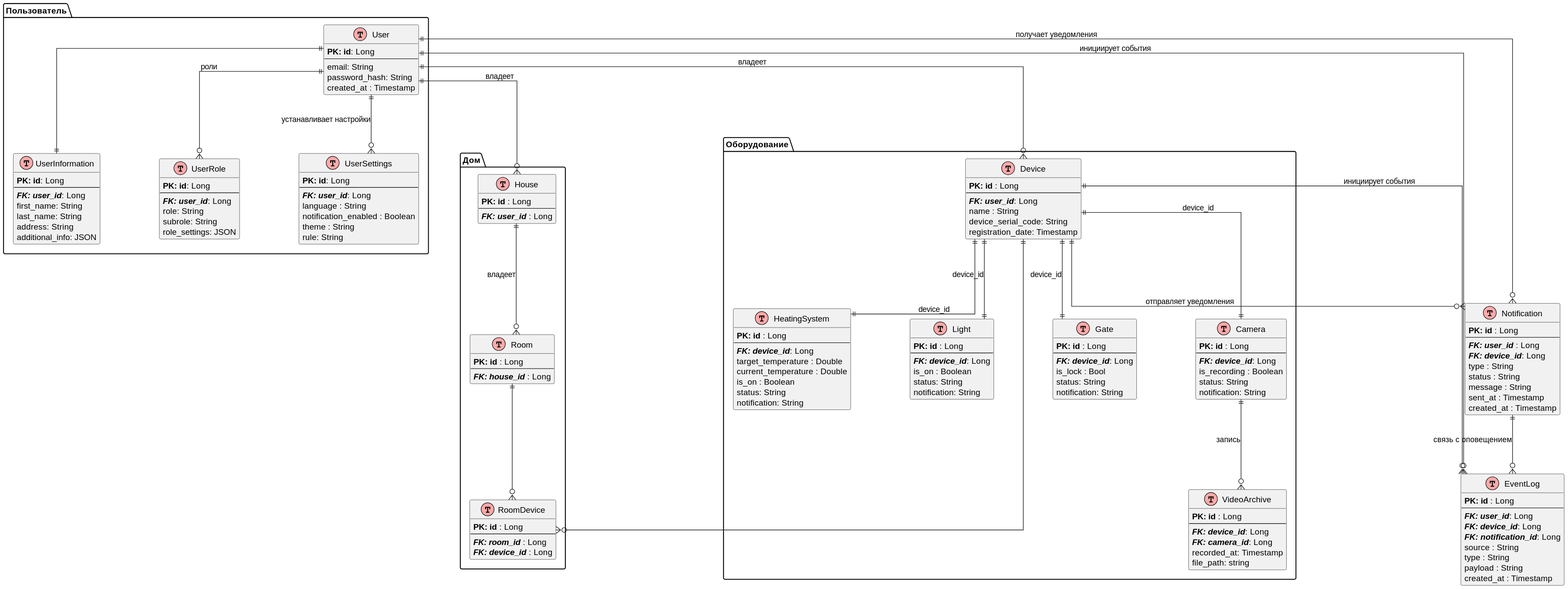
bofeof/architecture-sprint-3 keeps this PlantUML diagram as docs/diagrams/ER/ER_Smarthome.svg. Above is the earlier version. The source it was exported from:
```plantuml
@startuml
skinparam nodesep 100
skinparam ranksep 100

skinparam linetype ortho

!define primaryKey(x) <b>PK: x</b>
!define foreignKey(x) <b><i>FK: x</i></b>

package "Пользователь" {
    entity User << (T, #FFAAAA) >> {
        primaryKey(id): Long
        --
        email: String
        password_hash: String
        created_at : Timestamp
    }

    entity UserInformation << (T, #FFAAAA) >> {
        primaryKey(id): Long
        --
        foreignKey(user_id): Long
        first_name: String
        last_name: String
        address: String
        additional_info: JSON
    }

    entity UserRole << (T, #FFAAAA) >> {
        primaryKey(id): Long
        --
        foreignKey(user_id): Long
        role: String
        subrole: String
        role_settings: JSON
    }

    entity UserSettings << (T, #FFAAAA) >> {
        primaryKey(id): Long
        --
        foreignKey(user_id): Long
        language : String
        notification_enabled : Boolean
        theme : String
        rule: String
    }
}

package "Дом" {
    entity House << (T, #FFAAAA) >> {
        primaryKey(id) : Long
        --
        foreignKey(user_id) : Long
    }

    entity Room << (T, #FFAAAA) >> {
        primaryKey(id) : Long
        --
        foreignKey(house_id) : Long
    }

    entity RoomDevice << (T, #FFAAAA) >> {
        primaryKey(id) : Long
        --
        foreignKey(room_id) : Long
        foreignKey(device_id) : Long
    }
}


package "Оборудование" {
    entity Device << (T, #FFAAAA) >> {
        primaryKey(id) : Long
        --
        foreignKey(user_id): Long
        name : String
        device_serial_code: String
        registration_date: Timestamp
    }


    entity HeatingSystem << (T, #FFAAAA) >> {
        primaryKey(id) : Long
        --
        foreignKey(device_id): Long
        target_temperature : Double
        current_temperature : Double
        is_on : Boolean
        status: String
        notification: String
    }

    entity Light << (T, #FFAAAA) >> {
        primaryKey(id) : Long
        --
        foreignKey(device_id): Long
        is_on : Boolean
        status: String
        notification: String
    }

    entity Gate << (T, #FFAAAA) >> {
        primaryKey(id) : Long
        --
        foreignKey(device_id): Long
        is_lock : Bool
        status: String
        notification: String
    }

    entity Camera << (T, #FFAAAA) >> {
        primaryKey(id) : Long
        --
        foreignKey(device_id): Long
        is_recording : Boolean
        status: String
        notification: String
    }

    entity VideoArchive << (T, #FFAAAA) >> {
        primaryKey(id) : Long
        --
        foreignKey(device_id): Long
        foreignKey(camera_id): Long
        recorded_at: Timestamp
        file_path: string
    }
}


entity Notification << (T, #FFAAAA) >> {
    primaryKey(id) : Long
    --
    foreignKey(user_id) : Long
    foreignKey(device_id): Long
    type : String
    status : String
    message : String
    sent_at : Timestamp
    created_at : Timestamp
}

entity EventLog << (T, #FFAAAA) >> {
    primaryKey(id) : Long
    --
    foreignKey(user_id): Long
    foreignKey(device_id): Long
    foreignKey(notification_id): Long
    source : String
    type : String
    payload : String
    created_at : Timestamp
}


User ||--|| UserInformation
User ||--o{ UserRole: роли
User ||--o{ UserSettings : устанавливает настройки
User ||--o{ Notification : получает уведомления
User ||--o{ House : владеет
User ||--o{ Device: владеет
House ||--o{ Room : владеет
Room ||--o{ RoomDevice
Device ||--o{ RoomDevice

Device ||--|| HeatingSystem : device_id
Device ||--|| Light : device_id
Device ||--|| Gate : device_id
Device ||--|| Camera : device_id
Camera ||--o{ VideoArchive : запись

Device ||--o{ Notification : отправляет уведомления

User ||--o{ EventLog : инициирует события
Device ||--o{ EventLog : инициирует события
Notification ||--o{ EventLog : связь с оповещением
@enduml
```
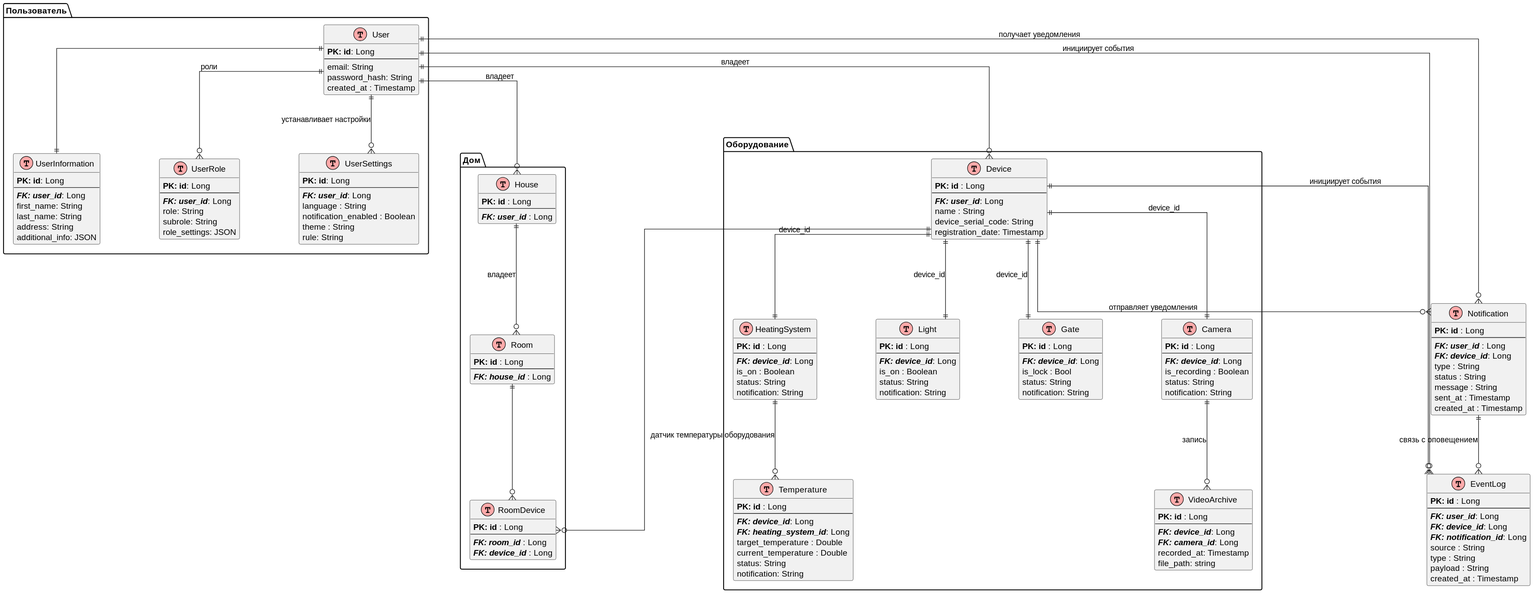
After the commit.

Commit message:
feat: ER temperature table, openapi spec

Diff of the diagram source:
```diff
@@ -69,6 +69,7 @@
 
 
 package "Оборудование" {
+
     entity Device << (T, #FFAAAA) >> {
         primaryKey(id) : Long
         --
@@ -83,8 +84,6 @@
         primaryKey(id) : Long
         --
         foreignKey(device_id): Long
-        target_temperature : Double
-        current_temperature : Double
         is_on : Boolean
         status: String
         notification: String
@@ -104,6 +103,17 @@
         --
         foreignKey(device_id): Long
         is_lock : Bool
+        status: String
+        notification: String
+    }
+
+    entity Temperature << (T, #FFAAAA) >> {
+        primaryKey(id) : Long
+        --
+        foreignKey(device_id): Long
+        foreignKey(heating_system_id): Long
+        target_temperature : Double
+        current_temperature : Double
         status: String
         notification: String
     }
@@ -169,6 +179,8 @@
 Device ||--|| Camera : device_id
 Camera ||--o{ VideoArchive : запись
 
+HeatingSystem ||--o{ Temperature: датчик температуры оборудования
+
 Device ||--o{ Notification : отправляет уведомления
 
 User ||--o{ EventLog : инициирует события
```
